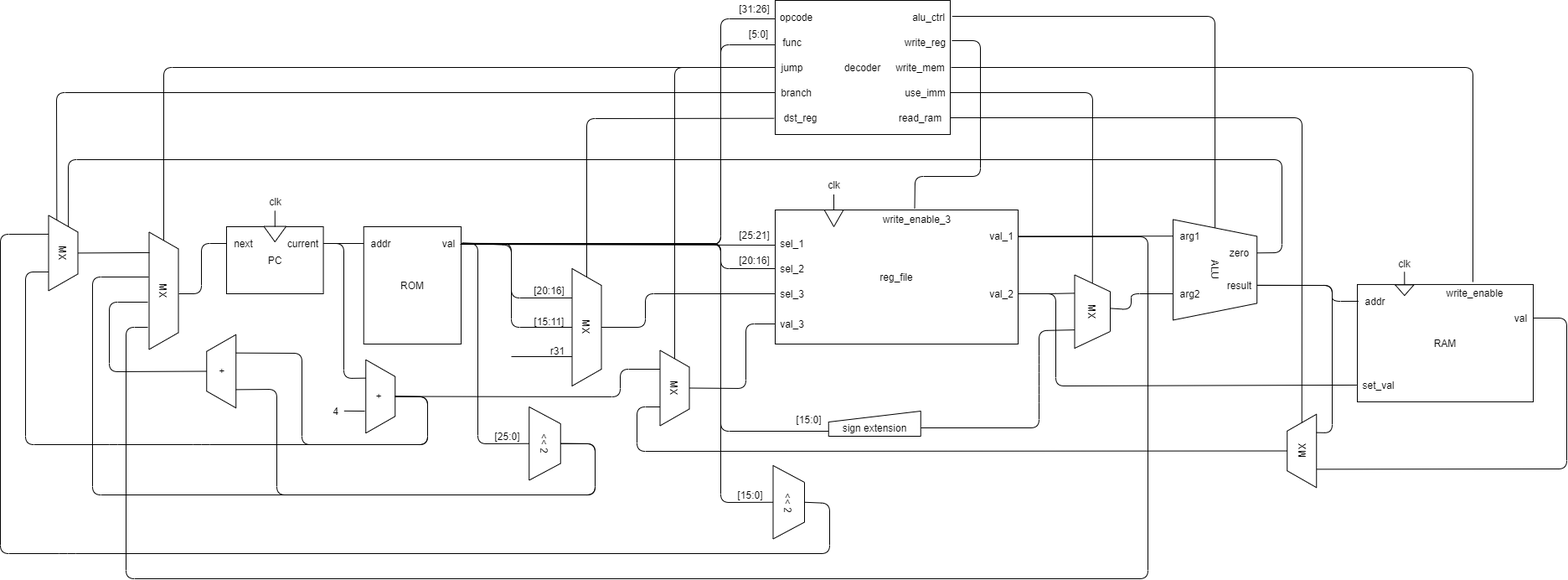
Above: doc/img/architecture.drawio.png in 0n1shi/fpga-mips (draw.io), before the change. Source tidied: cells renumbered, new cells last; positions are measured from the earlier drawing's top-left corner, leaving out a move shared by most shapes.
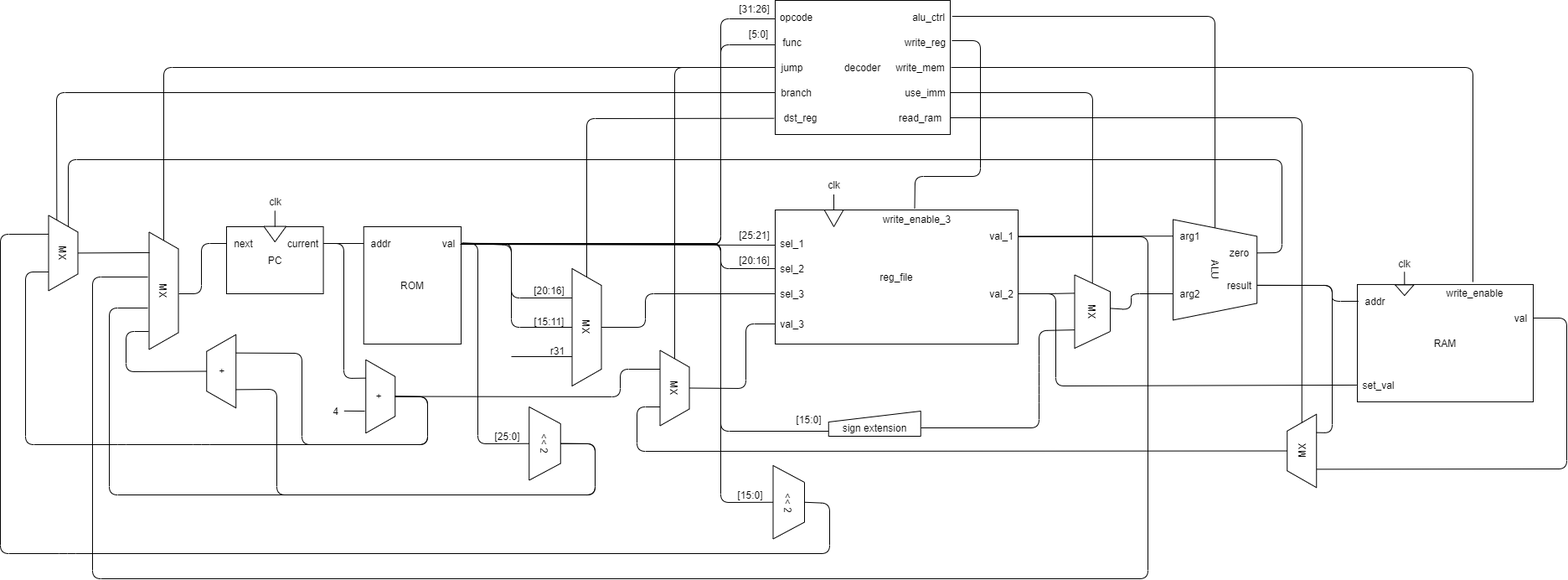
After the commit.

Diff of the diagram source:
```diff
@@ -320,14 +320,13 @@
     <mxCell id="71" value="[25:0]" style="text;html=1;align=center;verticalAlign=middle;" parent="1" vertex="1">
       <mxGeometry x="580" y="510" width="50" height="20" as="geometry" />
     </mxCell>
-    <mxCell id="72" style="endArrow=none;html=1;exitX=0.5;exitY=0;exitDx=0;exitDy=0;" parent="1" edge="1" source="69">
+    <mxCell id="72" style="endArrow=none;html=1;exitX=0.5;exitY=0;exitDx=0;exitDy=0;entryX=0.647;entryY=1.043;entryDx=0;entryDy=0;entryPerimeter=0;" parent="1" edge="1" source="69" target="73">
       <mxGeometry relative="1" as="geometry">
-        <mxPoint x="177" y="330" as="targetPoint" />
         <Array as="points">
           <mxPoint x="710" y="529" />
           <mxPoint x="710" y="590" />
-          <mxPoint x="110" y="590" />
-          <mxPoint x="110" y="330" />
+          <mxPoint x="130" y="590" />
+          <mxPoint x="130" y="367" />
         </Array>
       </mxGeometry>
     </mxCell>
@@ -531,12 +530,11 @@
         </Array>
       </mxGeometry>
     </mxCell>
-    <mxCell id="113" style="endArrow=none;html=1;entryX=0.5;entryY=0;entryDx=0;entryDy=0;" parent="1" edge="1" target="110">
+    <mxCell id="113" style="endArrow=none;html=1;entryX=0.5;entryY=0;entryDx=0;entryDy=0;exitX=0.847;exitY=1.014;exitDx=0;exitDy=0;exitPerimeter=0;" parent="1" edge="1" source="73" target="110">
       <mxGeometry relative="1" as="geometry">
-        <mxPoint x="176" y="360" as="sourcePoint" />
         <Array as="points">
-          <mxPoint x="130" y="360" />
-          <mxPoint x="130" y="443" />
+          <mxPoint x="150" y="395" />
+          <mxPoint x="150" y="443" />
         </Array>
       </mxGeometry>
     </mxCell>
@@ -560,12 +558,12 @@
     </mxCell>
     <mxCell id="120" style="endArrow=none;html=1;exitX=1;exitY=0.529;exitDx=0;exitDy=0;exitPerimeter=0;" parent="1" edge="1" source="27">
       <mxGeometry relative="1" as="geometry">
-        <mxPoint x="176" y="390" as="targetPoint" />
+        <mxPoint x="176" y="330" as="targetPoint" />
         <Array as="points">
           <mxPoint x="1370" y="282" />
           <mxPoint x="1370" y="690" />
-          <mxPoint x="150" y="690" />
-          <mxPoint x="150" y="390" />
+          <mxPoint x="110" y="690" />
+          <mxPoint x="110" y="330" />
         </Array>
       </mxGeometry>
     </mxCell>
```
